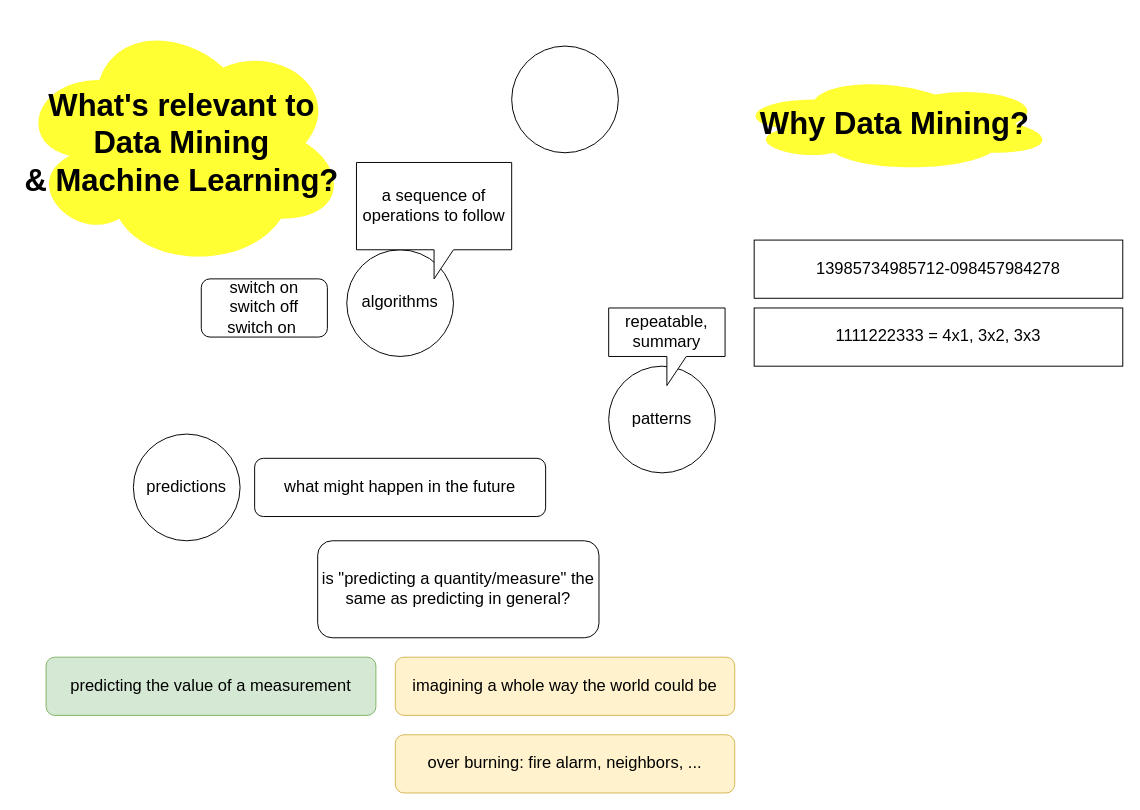
michaelburgess-d/drawio keeps this draw.io diagram as page "WhyDM?" (2 of 5) of IntroDataMining.drawio. Above is the earlier version. Source tidied: cells renumbered, new cells numbered last; positions are measured from the earlier drawing's top-left corner, leaving out a move shared by most shapes. Both pictures are drawn from the tidied source at 97%, with x=0, y=0 at pixel (16, 16).
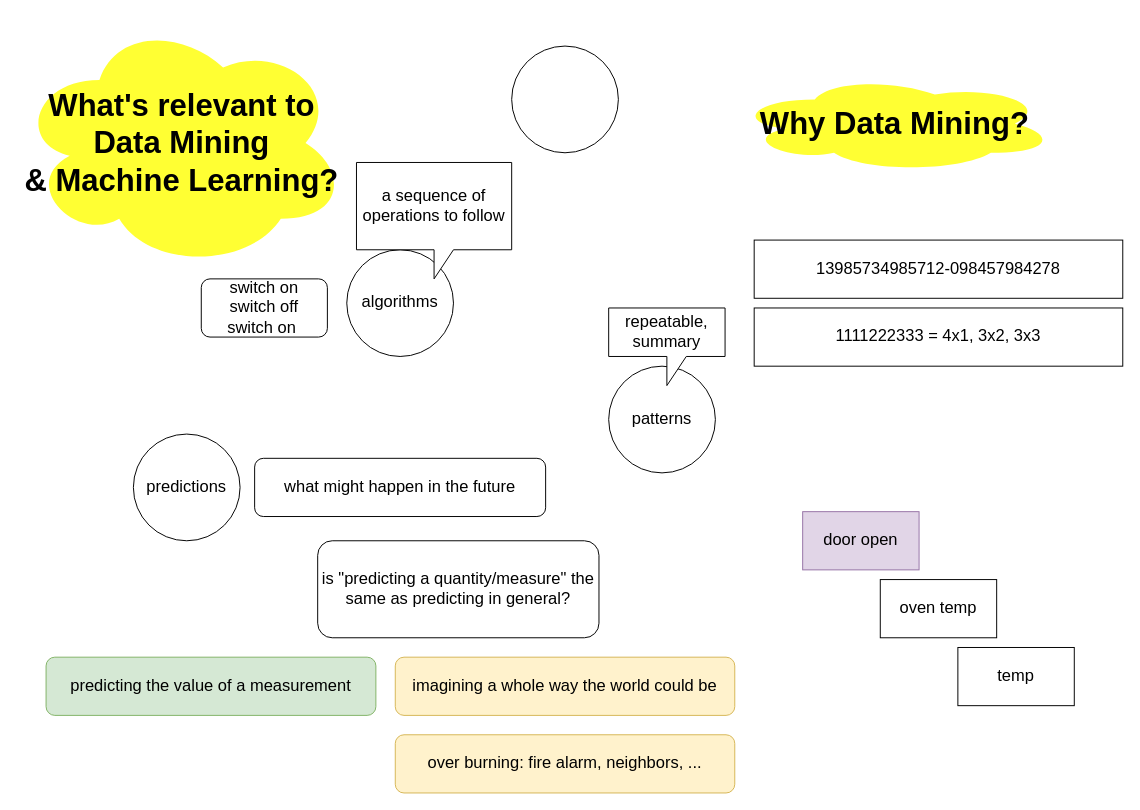
The same page after the edit.

What changed in the source:
```diff
@@
+    <mxCell id="18" value="oven temp" style="rounded=0;whiteSpace=wrap;html=1;fontSize=17;" parent="1" vertex="1">
+      <mxGeometry x="890" y="580" width="120" height="60" as="geometry" />
+    </mxCell>
+    <mxCell id="19" value="door open" style="rounded=0;whiteSpace=wrap;html=1;fontSize=17;fillColor=#e1d5e7;strokeColor=#9673a6;" parent="1" vertex="1">
+      <mxGeometry x="810" y="510" width="120" height="60" as="geometry" />
+    </mxCell>
+    <mxCell id="20" value="temp" style="rounded=0;whiteSpace=wrap;html=1;fontSize=17;" parent="1" vertex="1">
+      <mxGeometry x="970" y="650" width="120" height="60" as="geometry" />
+    </mxCell>
```
